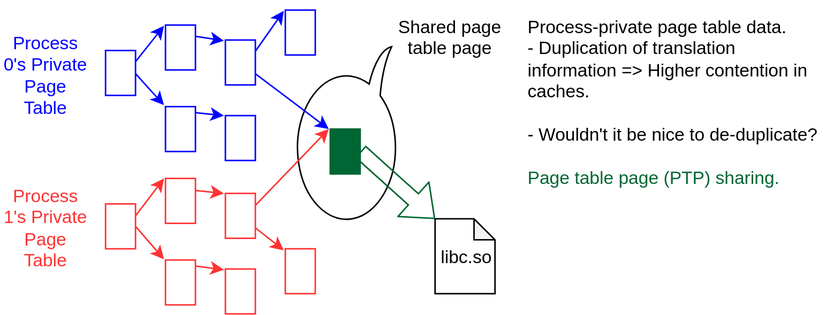
The draw.io diagram ispass_2019/pt_sharing_1.svg in yufeng5468/presentations, before a commit. Source tidied: cells renumbered, new cells last; positions are measured from the earlier drawing's top-left corner, leaving out a move shared by most shapes. Source of this version:
```xml
<mxGraphModel>
  <root>
    <mxCell id="0" />
    <mxCell id="1" parent="0" />
    <mxCell id="2" style="whiteSpace=wrap;html=1;shape=mxgraph.basic.oval_callout;strokeColor=#000000;fillColor=none;fontColor=#FF3333;rotation=180;" parent="1" vertex="1">
      <mxGeometry x="194" y="29" width="73" height="121" as="geometry" />
    </mxCell>
    <mxCell id="3" style="rounded=0;whiteSpace=wrap;html=1;strokeColor=#0000FF;" parent="1" vertex="1">
      <mxGeometry x="70" y="31.5" width="20" height="30" as="geometry" />
    </mxCell>
    <mxCell id="4" style="rounded=0;whiteSpace=wrap;html=1;strokeColor=#0000FF;" parent="1" vertex="1">
      <mxGeometry x="110" y="14.5" width="20" height="30" as="geometry" />
    </mxCell>
    <mxCell id="5" style="rounded=0;whiteSpace=wrap;html=1;strokeColor=#0000FF;" parent="1" vertex="1">
      <mxGeometry x="150" y="24.5" width="20" height="30" as="geometry" />
    </mxCell>
    <mxCell id="6" style="rounded=0;whiteSpace=wrap;html=1;strokeColor=#0000FF;" parent="1" vertex="1">
      <mxGeometry x="190" y="4.5" width="20" height="30" as="geometry" />
    </mxCell>
    <mxCell id="7" style="endArrow=classic;html=1;exitX=1;exitY=0.25;exitDx=0;exitDy=0;entryX=-0.05;entryY=0;entryDx=0;entryDy=0;entryPerimeter=0;strokeColor=#0000FF;" parent="1" edge="1" source="3" target="4">
      <mxGeometry relative="1" as="geometry" />
    </mxCell>
    <mxCell id="8" style="endArrow=classic;html=1;exitX=1;exitY=0.25;exitDx=0;exitDy=0;entryX=-0.05;entryY=0;entryDx=0;entryDy=0;entryPerimeter=0;strokeColor=#0000FF;" parent="1" edge="1" source="4" target="5">
      <mxGeometry relative="1" as="geometry" />
    </mxCell>
    <mxCell id="9" style="endArrow=classic;html=1;exitX=1;exitY=0.25;exitDx=0;exitDy=0;entryX=-0.05;entryY=0;entryDx=0;entryDy=0;entryPerimeter=0;strokeColor=#0000FF;" parent="1" edge="1" source="5" target="6">
      <mxGeometry relative="1" as="geometry" />
    </mxCell>
    <mxCell id="10" value="&lt;div style=&quot;text-align: left&quot;&gt;&lt;font style=&quot;font-size: 12px&quot;&gt;Process-private page table data.&lt;/font&gt;&lt;/div&gt;&lt;div style=&quot;text-align: left&quot;&gt;&lt;font style=&quot;font-size: 12px&quot;&gt;- Duplication of translation information =&amp;gt; Higher contention in caches.&lt;/font&gt;&lt;/div&gt;&lt;div style=&quot;text-align: left&quot;&gt;&lt;font style=&quot;font-size: 12px&quot;&gt;&lt;br&gt;&lt;/font&gt;&lt;/div&gt;&lt;div style=&quot;text-align: left&quot;&gt;&lt;font style=&quot;font-size: 12px&quot;&gt;- Wouldn't it be nice to de-duplicate?&lt;/font&gt;&lt;/div&gt;&lt;div style=&quot;text-align: left&quot;&gt;&lt;font style=&quot;font-size: 12px&quot;&gt;&lt;br&gt;&lt;/font&gt;&lt;/div&gt;&lt;div style=&quot;text-align: left&quot;&gt;&lt;font color=&quot;#006633&quot;&gt;Page table page (PTP) sharing.&lt;/font&gt;&lt;/div&gt;" style="text;html=1;strokeColor=none;fillColor=none;align=left;verticalAlign=middle;whiteSpace=wrap;rounded=0;" parent="1" vertex="1">
      <mxGeometry x="350" width="200" height="128" as="geometry" />
    </mxCell>
    <mxCell id="11" style="rounded=0;whiteSpace=wrap;html=1;strokeColor=#0000FF;" parent="1" vertex="1">
      <mxGeometry x="110" y="69" width="20" height="30" as="geometry" />
    </mxCell>
    <mxCell id="12" style="endArrow=classic;html=1;exitX=1;exitY=0.5;exitDx=0;exitDy=0;entryX=-0.05;entryY=-0.017;entryDx=0;entryDy=0;entryPerimeter=0;strokeColor=#0000FF;" parent="1" edge="1" source="3" target="11">
      <mxGeometry relative="1" as="geometry" />
    </mxCell>
    <mxCell id="13" style="rounded=0;whiteSpace=wrap;html=1;strokeColor=#0000FF;" parent="1" vertex="1">
      <mxGeometry x="150" y="75" width="20" height="30" as="geometry" />
    </mxCell>
    <mxCell id="14" style="endArrow=classic;html=1;exitX=1;exitY=0.25;exitDx=0;exitDy=0;entryX=-0.05;entryY=0;entryDx=0;entryDy=0;entryPerimeter=0;strokeColor=#0000FF;" parent="1" edge="1" target="13">
      <mxGeometry relative="1" as="geometry">
        <mxPoint x="130" y="73" as="sourcePoint" />
      </mxGeometry>
    </mxCell>
    <mxCell id="15" style="endArrow=classic;html=1;exitX=1;exitY=0.75;exitDx=0;exitDy=0;entryX=-0.05;entryY=0;entryDx=0;entryDy=0;entryPerimeter=0;strokeColor=#0000FF;" parent="1" edge="1" source="5" target="20">
      <mxGeometry relative="1" as="geometry" />
    </mxCell>
    <mxCell id="16" value="libc.so" style="shape=note;whiteSpace=wrap;html=1;backgroundOutline=1;darkOpacity=0.05;size=14;" parent="1" vertex="1">
      <mxGeometry x="290" y="144" width="40" height="50" as="geometry" />
    </mxCell>
    <mxCell id="17" style="rounded=0;whiteSpace=wrap;html=1;strokeColor=#FF3333;" parent="1" vertex="1">
      <mxGeometry x="70" y="134" width="20" height="30" as="geometry" />
    </mxCell>
    <mxCell id="18" style="rounded=0;whiteSpace=wrap;html=1;strokeColor=#FF3333;" parent="1" vertex="1">
      <mxGeometry x="110" y="117" width="20" height="30" as="geometry" />
    </mxCell>
    <mxCell id="19" style="rounded=0;whiteSpace=wrap;html=1;strokeColor=#FF3333;" parent="1" vertex="1">
      <mxGeometry x="150" y="127" width="20" height="30" as="geometry" />
    </mxCell>
    <mxCell id="20" style="rounded=0;whiteSpace=wrap;html=1;strokeColor=#006633;fillColor=#006633;" parent="1" vertex="1">
      <mxGeometry x="220" y="84" width="20" height="30" as="geometry" />
    </mxCell>
    <mxCell id="21" style="endArrow=classic;html=1;exitX=1;exitY=0.25;exitDx=0;exitDy=0;entryX=-0.05;entryY=0;entryDx=0;entryDy=0;entryPerimeter=0;strokeColor=#FF3333;" parent="1" edge="1" source="17" target="18">
      <mxGeometry relative="1" as="geometry" />
    </mxCell>
    <mxCell id="22" style="endArrow=classic;html=1;exitX=1;exitY=0.25;exitDx=0;exitDy=0;entryX=-0.05;entryY=0;entryDx=0;entryDy=0;entryPerimeter=0;strokeColor=#FF3333;" parent="1" edge="1" source="18" target="19">
      <mxGeometry relative="1" as="geometry" />
    </mxCell>
    <mxCell id="23" style="endArrow=classic;html=1;exitX=1;exitY=0.25;exitDx=0;exitDy=0;entryX=-0.05;entryY=0;entryDx=0;entryDy=0;entryPerimeter=0;strokeColor=#FF3333;" parent="1" edge="1" source="19" target="20">
      <mxGeometry relative="1" as="geometry" />
    </mxCell>
    <mxCell id="24" style="rounded=0;whiteSpace=wrap;html=1;strokeColor=#FF3333;" parent="1" vertex="1">
      <mxGeometry x="110" y="171.5" width="20" height="30" as="geometry" />
    </mxCell>
    <mxCell id="25" style="endArrow=classic;html=1;exitX=1;exitY=0.5;exitDx=0;exitDy=0;entryX=-0.05;entryY=-0.017;entryDx=0;entryDy=0;entryPerimeter=0;strokeColor=#FF3333;" parent="1" edge="1" source="17" target="24">
      <mxGeometry relative="1" as="geometry" />
    </mxCell>
    <mxCell id="26" style="rounded=0;whiteSpace=wrap;html=1;strokeColor=#FF3333;" parent="1" vertex="1">
      <mxGeometry x="150" y="177.5" width="20" height="30" as="geometry" />
    </mxCell>
    <mxCell id="27" style="endArrow=classic;html=1;exitX=1;exitY=0.25;exitDx=0;exitDy=0;entryX=-0.05;entryY=0;entryDx=0;entryDy=0;entryPerimeter=0;strokeColor=#FF3333;" parent="1" edge="1" target="26">
      <mxGeometry relative="1" as="geometry">
        <mxPoint x="130" y="175.5" as="sourcePoint" />
      </mxGeometry>
    </mxCell>
    <mxCell id="28" style="rounded=0;whiteSpace=wrap;html=1;strokeColor=#FF3333;" parent="1" vertex="1">
      <mxGeometry x="190" y="164" width="20" height="30" as="geometry" />
    </mxCell>
    <mxCell id="29" style="endArrow=classic;html=1;exitX=1;exitY=0.75;exitDx=0;exitDy=0;entryX=-0.05;entryY=0.033;entryDx=0;entryDy=0;entryPerimeter=0;strokeColor=#FF3333;" parent="1" edge="1" source="19" target="28">
      <mxGeometry relative="1" as="geometry" />
    </mxCell>
    <mxCell id="30" style="shape=flexArrow;endArrow=classic;html=1;entryX=0;entryY=0;entryDx=0;entryDy=0;entryPerimeter=0;exitX=1;exitY=0.5;exitDx=0;exitDy=0;strokeColor=#006633;" parent="1" edge="1" source="20" target="16">
      <mxGeometry relative="1" as="geometry" />
    </mxCell>
    <mxCell id="31" value="Process 0's Private Page Table" style="text;html=1;strokeColor=none;fillColor=none;align=center;verticalAlign=middle;whiteSpace=wrap;rounded=0;fontColor=#0000FF;" parent="1" vertex="1">
      <mxGeometry y="37" width="60" height="20" as="geometry" />
    </mxCell>
    <mxCell id="32" value="Process 1's Private Page Table" style="text;html=1;strokeColor=none;fillColor=none;align=center;verticalAlign=middle;whiteSpace=wrap;rounded=0;fontColor=#FF3333;" parent="1" vertex="1">
      <mxGeometry y="139" width="60" height="20" as="geometry" />
    </mxCell>
    <mxCell id="33" value="&lt;font color=&quot;#000000&quot;&gt;Shared page table page&lt;/font&gt;" style="text;html=1;strokeColor=none;fillColor=none;align=center;verticalAlign=middle;whiteSpace=wrap;rounded=0;fontColor=#FF3333;" parent="1" vertex="1">
      <mxGeometry x="260" y="12" width="80" height="20" as="geometry" />
    </mxCell>
  </root>
</mxGraphModel>
```
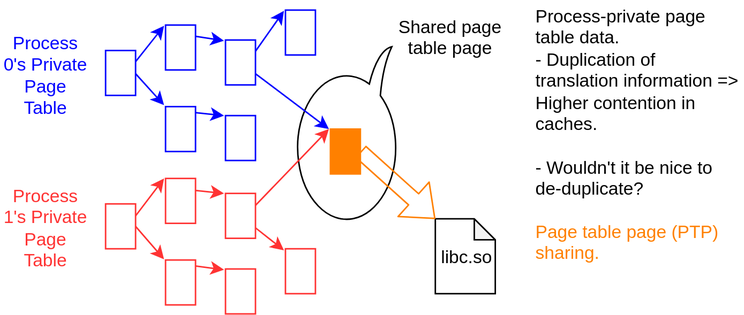
The same file after the commit.

The edit, as a diff of the source:
```diff
@@ -26,8 +26,8 @@
     <mxCell id="9" style="endArrow=classic;html=1;exitX=1;exitY=0.25;exitDx=0;exitDy=0;entryX=-0.05;entryY=0;entryDx=0;entryDy=0;entryPerimeter=0;strokeColor=#0000FF;" parent="1" edge="1" source="5" target="6">
       <mxGeometry relative="1" as="geometry" />
     </mxCell>
-    <mxCell id="10" value="&lt;div style=&quot;text-align: left&quot;&gt;&lt;font style=&quot;font-size: 12px&quot;&gt;Process-private page table data.&lt;/font&gt;&lt;/div&gt;&lt;div style=&quot;text-align: left&quot;&gt;&lt;font style=&quot;font-size: 12px&quot;&gt;- Duplication of translation information =&amp;gt; Higher contention in caches.&lt;/font&gt;&lt;/div&gt;&lt;div style=&quot;text-align: left&quot;&gt;&lt;font style=&quot;font-size: 12px&quot;&gt;&lt;br&gt;&lt;/font&gt;&lt;/div&gt;&lt;div style=&quot;text-align: left&quot;&gt;&lt;font style=&quot;font-size: 12px&quot;&gt;- Wouldn't it be nice to de-duplicate?&lt;/font&gt;&lt;/div&gt;&lt;div style=&quot;text-align: left&quot;&gt;&lt;font style=&quot;font-size: 12px&quot;&gt;&lt;br&gt;&lt;/font&gt;&lt;/div&gt;&lt;div style=&quot;text-align: left&quot;&gt;&lt;font color=&quot;#006633&quot;&gt;Page table page (PTP) sharing.&lt;/font&gt;&lt;/div&gt;" style="text;html=1;strokeColor=none;fillColor=none;align=left;verticalAlign=middle;whiteSpace=wrap;rounded=0;" parent="1" vertex="1">
-      <mxGeometry x="350" width="200" height="128" as="geometry" />
+    <mxCell id="10" value="&lt;div style=&quot;text-align: left&quot;&gt;&lt;font style=&quot;font-size: 12px&quot;&gt;Process-private page table data.&lt;/font&gt;&lt;/div&gt;&lt;div style=&quot;text-align: left&quot;&gt;&lt;font style=&quot;font-size: 12px&quot;&gt;- Duplication of translation information =&amp;gt; Higher contention in caches.&lt;/font&gt;&lt;/div&gt;&lt;div style=&quot;text-align: left&quot;&gt;&lt;font style=&quot;font-size: 12px&quot;&gt;&lt;br&gt;&lt;/font&gt;&lt;/div&gt;&lt;div style=&quot;text-align: left&quot;&gt;&lt;font style=&quot;font-size: 12px&quot;&gt;- Wouldn't it be nice to de-duplicate?&lt;/font&gt;&lt;/div&gt;&lt;div style=&quot;text-align: left&quot;&gt;&lt;font style=&quot;font-size: 12px&quot;&gt;&lt;br&gt;&lt;/font&gt;&lt;/div&gt;&lt;div style=&quot;text-align: left&quot;&gt;&lt;font color=&quot;#ff8000&quot;&gt;Page table page (PTP) sharing.&lt;/font&gt;&lt;/div&gt;" style="text;html=1;strokeColor=none;fillColor=none;align=left;verticalAlign=middle;whiteSpace=wrap;rounded=0;" parent="1" vertex="1">
+      <mxGeometry x="355" y="-2" width="140" height="174" as="geometry" />
     </mxCell>
     <mxCell id="11" style="rounded=0;whiteSpace=wrap;html=1;strokeColor=#0000FF;" parent="1" vertex="1">
       <mxGeometry x="110" y="69" width="20" height="30" as="geometry" />
@@ -58,7 +58,7 @@
     <mxCell id="19" style="rounded=0;whiteSpace=wrap;html=1;strokeColor=#FF3333;" parent="1" vertex="1">
       <mxGeometry x="150" y="127" width="20" height="30" as="geometry" />
     </mxCell>
-    <mxCell id="20" style="rounded=0;whiteSpace=wrap;html=1;strokeColor=#006633;fillColor=#006633;" parent="1" vertex="1">
+    <mxCell id="20" style="rounded=0;whiteSpace=wrap;html=1;strokeColor=#FF8000;fillColor=#FF8000;" parent="1" vertex="1">
       <mxGeometry x="220" y="84" width="20" height="30" as="geometry" />
     </mxCell>
     <mxCell id="21" style="endArrow=classic;html=1;exitX=1;exitY=0.25;exitDx=0;exitDy=0;entryX=-0.05;entryY=0;entryDx=0;entryDy=0;entryPerimeter=0;strokeColor=#FF3333;" parent="1" edge="1" source="17" target="18">
@@ -90,7 +90,7 @@
     <mxCell id="29" style="endArrow=classic;html=1;exitX=1;exitY=0.75;exitDx=0;exitDy=0;entryX=-0.05;entryY=0.033;entryDx=0;entryDy=0;entryPerimeter=0;strokeColor=#FF3333;" parent="1" edge="1" source="19" target="28">
       <mxGeometry relative="1" as="geometry" />
     </mxCell>
-    <mxCell id="30" style="shape=flexArrow;endArrow=classic;html=1;entryX=0;entryY=0;entryDx=0;entryDy=0;entryPerimeter=0;exitX=1;exitY=0.5;exitDx=0;exitDy=0;strokeColor=#006633;" parent="1" edge="1" source="20" target="16">
+    <mxCell id="30" style="shape=flexArrow;endArrow=classic;html=1;entryX=0;entryY=0;entryDx=0;entryDy=0;entryPerimeter=0;exitX=1;exitY=0.5;exitDx=0;exitDy=0;strokeColor=#FF8000;" parent="1" edge="1" source="20" target="16">
       <mxGeometry relative="1" as="geometry" />
     </mxCell>
     <mxCell id="31" value="Process 0's Private Page Table" style="text;html=1;strokeColor=none;fillColor=none;align=center;verticalAlign=middle;whiteSpace=wrap;rounded=0;fontColor=#0000FF;" parent="1" vertex="1">
```
